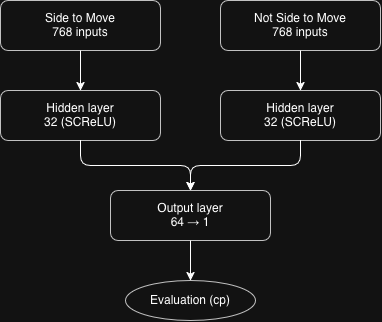
nchandur/ranga keeps this draw.io diagram as assets/nnue.drawio.png. Above is the earlier version. Source tidied: cells renumbered, new cells last; positions are measured from the earlier drawing's top-left corner, leaving out a move shared by most shapes.
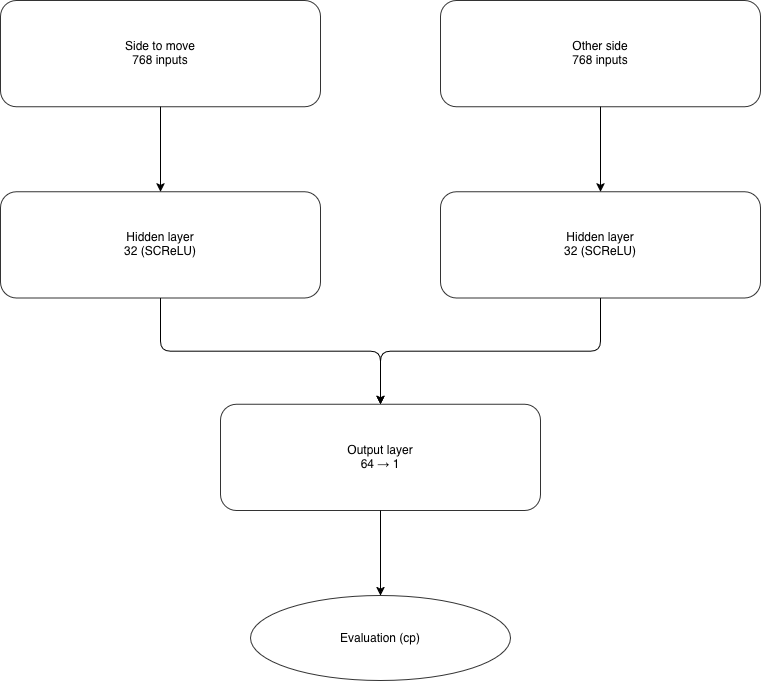
Later version of the same file.

The edit, as a diff of the source:
```diff
@@ -2,37 +2,40 @@
   <root>
     <mxCell id="0" />
     <mxCell id="1" parent="0" />
+    <mxCell id="13" style="group;" parent="1" vertex="1">
+      <mxGeometry x="-20" width="760" height="680" as="geometry" />
+    </mxCell>
-    <mxCell id="2" value="Side to Move&lt;br&gt;768 inputs" style="rounded=1;whiteSpace=wrap;html=1;fillColor=none;strokeColor=#333333;" parent="1" vertex="1">
-      <mxGeometry width="160" height="50" as="geometry" />
+    <mxCell id="2" value="Side to move&lt;br&gt;768 inputs" style="rounded=1;whiteSpace=wrap;html=1;fillColor=none;strokeColor=#333333;" parent="13" vertex="1">
+      <mxGeometry width="320" height="106.2" as="geometry" />
     </mxCell>
-    <mxCell id="3" value="Not Side to Move&lt;br&gt;768 inputs" style="rounded=1;whiteSpace=wrap;html=1;fillColor=none;strokeColor=#333333;" parent="1" vertex="1">
-      <mxGeometry x="220" width="160" height="50" as="geometry" />
+    <mxCell id="3" value="Other side&lt;br&gt;768 inputs" style="rounded=1;whiteSpace=wrap;html=1;fillColor=none;strokeColor=#333333;" parent="13" vertex="1">
+      <mxGeometry x="440" width="320" height="106.2" as="geometry" />
     </mxCell>
-    <mxCell id="4" value="Hidden layer&lt;br&gt;32 (SCReLU)" style="rounded=1;whiteSpace=wrap;html=1;fillColor=none;strokeColor=#333333;" parent="1" vertex="1">
-      <mxGeometry y="90" width="160" height="50" as="geometry" />
+    <mxCell id="4" value="Hidden layer&lt;br&gt;32 (SCReLU)" style="rounded=1;whiteSpace=wrap;html=1;fillColor=none;strokeColor=#333333;" parent="13" vertex="1">
+      <mxGeometry y="191.2" width="320" height="106.2" as="geometry" />
     </mxCell>
-    <mxCell id="5" value="Hidden layer&lt;br&gt;32 (SCReLU)" style="rounded=1;whiteSpace=wrap;html=1;fillColor=none;strokeColor=#333333;" parent="1" vertex="1">
-      <mxGeometry x="220" y="90" width="160" height="50" as="geometry" />
+    <mxCell id="5" value="Hidden layer&lt;br&gt;32 (SCReLU)" style="rounded=1;whiteSpace=wrap;html=1;fillColor=none;strokeColor=#333333;" parent="13" vertex="1">
+      <mxGeometry x="440" y="191.2" width="320" height="106.2" as="geometry" />
     </mxCell>
-    <mxCell id="6" value="Output layer&lt;br&gt;64 → 1" style="rounded=1;whiteSpace=wrap;html=1;fillColor=none;strokeColor=#333333;" parent="1" vertex="1">
-      <mxGeometry x="110" y="190" width="160" height="50" as="geometry" />
+    <mxCell id="6" value="Output layer&lt;br&gt;64 → 1" style="rounded=1;whiteSpace=wrap;html=1;fillColor=none;strokeColor=#333333;" parent="13" vertex="1">
+      <mxGeometry x="220" y="403.8" width="320" height="106.2" as="geometry" />
     </mxCell>
-    <mxCell id="7" value="Evaluation (cp)" style="ellipse;whiteSpace=wrap;html=1;fillColor=none;strokeColor=#333333;" parent="1" vertex="1">
-      <mxGeometry x="125" y="280" width="130" height="40" as="geometry" />
+    <mxCell id="7" value="Evaluation (cp)" style="ellipse;whiteSpace=wrap;html=1;fillColor=none;strokeColor=#333333;" parent="13" vertex="1">
+      <mxGeometry x="250" y="595" width="260" height="85" as="geometry" />
     </mxCell>
-    <mxCell id="8" style="edgeStyle=orthogonalEdgeStyle;html=1;endArrow=classic;" parent="1" edge="1" source="2" target="4">
+    <mxCell id="8" style="edgeStyle=orthogonalEdgeStyle;html=1;endArrow=classic;" parent="13" edge="1" source="2" target="4">
       <mxGeometry relative="1" as="geometry" />
     </mxCell>
-    <mxCell id="9" style="edgeStyle=orthogonalEdgeStyle;html=1;endArrow=classic;" parent="1" edge="1" source="3" target="5">
+    <mxCell id="9" style="edgeStyle=orthogonalEdgeStyle;html=1;endArrow=classic;" parent="13" edge="1" source="3" target="5">
       <mxGeometry relative="1" as="geometry" />
     </mxCell>
-    <mxCell id="10" style="edgeStyle=orthogonalEdgeStyle;html=1;endArrow=classic;" parent="1" edge="1" source="4" target="6">
+    <mxCell id="10" style="edgeStyle=orthogonalEdgeStyle;html=1;endArrow=classic;" parent="13" edge="1" source="4" target="6">
       <mxGeometry relative="1" as="geometry" />
     </mxCell>
-    <mxCell id="11" style="edgeStyle=orthogonalEdgeStyle;html=1;endArrow=classic;" parent="1" edge="1" source="5" target="6">
+    <mxCell id="11" style="edgeStyle=orthogonalEdgeStyle;html=1;endArrow=classic;" parent="13" edge="1" source="5" target="6">
       <mxGeometry relative="1" as="geometry" />
     </mxCell>
-    <mxCell id="12" style="edgeStyle=orthogonalEdgeStyle;html=1;endArrow=classic;" parent="1" edge="1" source="6" target="7">
+    <mxCell id="12" style="edgeStyle=orthogonalEdgeStyle;html=1;endArrow=classic;" parent="13" edge="1" source="6" target="7">
       <mxGeometry relative="1" as="geometry" />
     </mxCell>
   </root>
```
